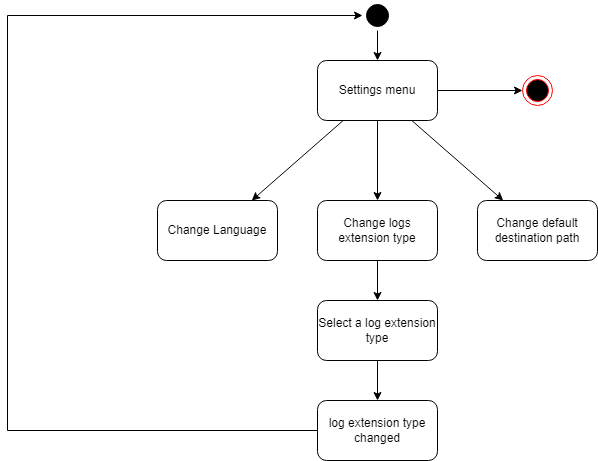
Before: CDC/3.0/activity_diagram_settings_changeExtensionType.png, a diagram exported from draw.io (Atineon/easysave_production). Source tidied: cells renumbered, new cells last; positions are measured from the earlier drawing's top-left corner, leaving out a move shared by most shapes. Source of this version:
```xml
<mxGraphModel background="#ffffff">
  <root>
    <mxCell id="0" />
    <mxCell id="1" parent="0" />
    <mxCell id="2" style="edgeStyle=orthogonalEdgeStyle;rounded=0;jettySize=auto;html=1;" parent="1" edge="1" source="3" target="9">
      <mxGeometry relative="1" as="geometry" />
    </mxCell>
    <mxCell id="3" style="ellipse;shape=startState;fillColor=#000000;strokeColor=#000000;" parent="1" vertex="1">
      <mxGeometry x="355" width="30" height="30" as="geometry" />
    </mxCell>
    <mxCell id="4" style="ellipse;html=1;shape=endState;fillColor=#000000;strokeColor=#ff0000;strokeWidth=1;gradientColor=none;" parent="1" vertex="1">
      <mxGeometry x="515" y="75" width="30" height="30" as="geometry" />
    </mxCell>
    <mxCell id="5" style="edgeStyle=orthogonalEdgeStyle;rounded=0;jettySize=auto;html=1;" parent="1" edge="1" source="9" target="4">
      <mxGeometry relative="1" as="geometry" />
    </mxCell>
    <mxCell id="6" style="edgeStyle=none;rounded=0;jettySize=auto;html=1;" parent="1" edge="1" source="9" target="11">
      <mxGeometry relative="1" as="geometry" />
    </mxCell>
    <mxCell id="7" style="edgeStyle=none;rounded=0;jettySize=auto;html=1;" parent="1" edge="1" source="9" target="12">
      <mxGeometry relative="1" as="geometry" />
    </mxCell>
    <mxCell id="8" style="edgeStyle=none;rounded=0;jettySize=auto;html=1;" parent="1" edge="1" source="9" target="13">
      <mxGeometry relative="1" as="geometry" />
    </mxCell>
    <mxCell id="9" value="Settings menu" style="rounded=1;whiteSpace=wrap;html=1;" parent="1" vertex="1">
      <mxGeometry x="310" y="60" width="120" height="60" as="geometry" />
    </mxCell>
    <mxCell id="10" style="edgeStyle=none;rounded=0;jettySize=auto;html=1;" parent="1" edge="1" source="12" target="15">
      <mxGeometry relative="1" as="geometry" />
    </mxCell>
    <mxCell id="11" value="Change Language" style="rounded=1;whiteSpace=wrap;html=1;" parent="1" vertex="1">
      <mxGeometry x="150" y="200" width="120" height="60" as="geometry" />
    </mxCell>
    <mxCell id="12" value="Change logs extension type" style="rounded=1;whiteSpace=wrap;html=1;" parent="1" vertex="1">
      <mxGeometry x="310" y="200" width="120" height="60" as="geometry" />
    </mxCell>
    <mxCell id="13" value="Change default destination path" style="rounded=1;whiteSpace=wrap;html=1;" parent="1" vertex="1">
      <mxGeometry x="470" y="200" width="120" height="60" as="geometry" />
    </mxCell>
    <mxCell id="14" style="edgeStyle=none;rounded=0;jettySize=auto;html=1;" parent="1" edge="1" source="15" target="17">
      <mxGeometry relative="1" as="geometry" />
    </mxCell>
    <mxCell id="15" value="Select a log extension type" style="rounded=1;whiteSpace=wrap;html=1;" parent="1" vertex="1">
      <mxGeometry x="310" y="300" width="120" height="60" as="geometry" />
    </mxCell>
    <mxCell id="16" style="edgeStyle=none;rounded=0;jettySize=auto;html=1;" parent="1" edge="1" source="17" target="3">
      <mxGeometry relative="1" as="geometry">
        <Array as="points">
          <mxPoint y="430" />
          <mxPoint y="15" />
        </Array>
      </mxGeometry>
    </mxCell>
    <mxCell id="17" value="log extension type changed" style="rounded=1;whiteSpace=wrap;html=1;" parent="1" vertex="1">
      <mxGeometry x="310" y="400" width="120" height="60" as="geometry" />
    </mxCell>
  </root>
</mxGraphModel>
```
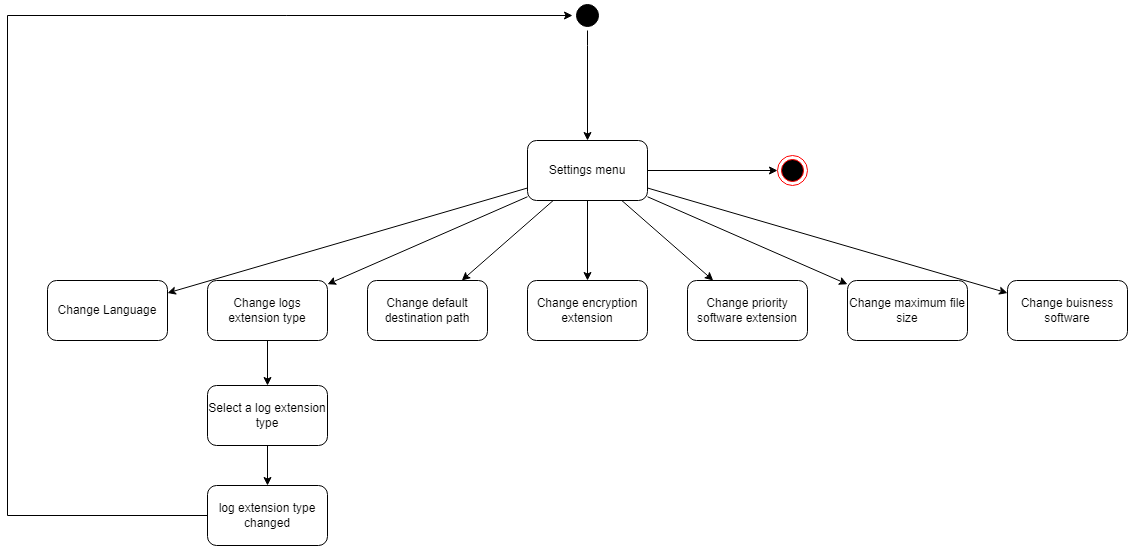
The same file after the commit.

Commit message:
fix: activity diagrams

The edit, as a diff of the source:
```diff
@@ -2,18 +2,37 @@
   <root>
     <mxCell id="0" />
     <mxCell id="1" parent="0" />
-    <mxCell id="2" style="edgeStyle=orthogonalEdgeStyle;rounded=0;jettySize=auto;html=1;" parent="1" edge="1" source="3" target="9">
-      <mxGeometry relative="1" as="geometry" />
-    </mxCell>
-    <mxCell id="3" style="ellipse;shape=startState;fillColor=#000000;strokeColor=#000000;" parent="1" vertex="1">
-      <mxGeometry x="355" width="30" height="30" as="geometry" />
-    </mxCell>
-    <mxCell id="4" style="ellipse;html=1;shape=endState;fillColor=#000000;strokeColor=#ff0000;strokeWidth=1;gradientColor=none;" parent="1" vertex="1">
-      <mxGeometry x="515" y="75" width="30" height="30" as="geometry" />
-    </mxCell>
-    <mxCell id="5" style="edgeStyle=orthogonalEdgeStyle;rounded=0;jettySize=auto;html=1;" parent="1" edge="1" source="9" target="4">
-      <mxGeometry relative="1" as="geometry" />
-    </mxCell>
+    <mxCell id="14" style="edgeStyle=none;rounded=0;jettySize=auto;html=1;" parent="1" edge="1" source="15" target="17">
+      <mxGeometry relative="1" as="geometry" />
+    </mxCell>
+    <mxCell id="15" value="Select a log extension type" style="rounded=1;whiteSpace=wrap;html=1;" parent="1" vertex="1">
+      <mxGeometry x="200" y="385" width="120" height="60" as="geometry" />
+    </mxCell>
+    <mxCell id="17" value="log extension type changed" style="rounded=1;whiteSpace=wrap;html=1;" parent="1" vertex="1">
+      <mxGeometry x="200" y="485" width="120" height="60" as="geometry" />
+    </mxCell>
+    <mxCell id="18" style="edgeStyle=orthogonalEdgeStyle;rounded=0;jettySize=auto;html=1;" parent="1" edge="1" source="19" target="9">
+      <mxGeometry relative="1" as="geometry">
+        <Array as="points">
+          <mxPoint x="580" y="45" />
+          <mxPoint x="580" y="45" />
+        </Array>
+      </mxGeometry>
+    </mxCell>
+    <mxCell id="19" style="ellipse;shape=startState;fillColor=#000000;strokeColor=#000000;" parent="1" vertex="1">
+      <mxGeometry x="565" width="30" height="30" as="geometry" />
+    </mxCell>
+    <mxCell id="20" style="ellipse;html=1;shape=endState;fillColor=#000000;strokeColor=#ff0000;strokeWidth=1;gradientColor=none;" parent="1" vertex="1">
+      <mxGeometry x="770" y="155" width="30" height="30" as="geometry" />
+    </mxCell>
+    <mxCell id="21" style="edgeStyle=none;rounded=0;jettySize=auto;html=1;" parent="1" edge="1" source="17" target="19">
+      <mxGeometry relative="1" as="geometry">
+        <Array as="points">
+          <mxPoint y="515" />
+          <mxPoint y="15" />
+        </Array>
+      </mxGeometry>
+    </mxCell>
     <mxCell id="6" style="edgeStyle=none;rounded=0;jettySize=auto;html=1;" parent="1" edge="1" source="9" target="11">
       <mxGeometry relative="1" as="geometry" />
     </mxCell>
@@ -23,37 +42,47 @@
     <mxCell id="8" style="edgeStyle=none;rounded=0;jettySize=auto;html=1;" parent="1" edge="1" source="9" target="13">
       <mxGeometry relative="1" as="geometry" />
     </mxCell>
+    <mxCell id="22" style="rounded=0;jettySize=auto;html=1;" parent="1" edge="1" source="9" target="27">
+      <mxGeometry relative="1" as="geometry" />
+    </mxCell>
+    <mxCell id="23" style="edgeStyle=none;rounded=0;jettySize=auto;html=1;" parent="1" edge="1" source="9" target="28">
+      <mxGeometry relative="1" as="geometry" />
+    </mxCell>
+    <mxCell id="24" style="edgeStyle=none;rounded=0;jettySize=auto;html=1;" parent="1" edge="1" source="9" target="29">
+      <mxGeometry relative="1" as="geometry" />
+    </mxCell>
+    <mxCell id="25" style="edgeStyle=none;rounded=0;jettySize=auto;html=1;" parent="1" edge="1" source="9" target="30">
+      <mxGeometry relative="1" as="geometry" />
+    </mxCell>
+    <mxCell id="26" style="edgeStyle=orthogonalEdgeStyle;rounded=0;jettySize=auto;html=1;" parent="1" edge="1" source="9" target="20">
+      <mxGeometry relative="1" as="geometry" />
+    </mxCell>
     <mxCell id="9" value="Settings menu" style="rounded=1;whiteSpace=wrap;html=1;" parent="1" vertex="1">
-      <mxGeometry x="310" y="60" width="120" height="60" as="geometry" />
+      <mxGeometry x="520" y="140" width="120" height="60" as="geometry" />
     </mxCell>
+    <mxCell id="11" value="Change Language" style="rounded=1;whiteSpace=wrap;html=1;" parent="1" vertex="1">
+      <mxGeometry x="40" y="280" width="120" height="60" as="geometry" />
+    </mxCell>
-    <mxCell id="10" style="edgeStyle=none;rounded=0;jettySize=auto;html=1;" parent="1" edge="1" source="12" target="15">
+    <mxCell id="10" style="edgeStyle=none;rounded=0;jettySize=auto;html=1;endArrow=classic;endFill=1;" parent="1" edge="1" source="12" target="15">
       <mxGeometry relative="1" as="geometry" />
     </mxCell>
-    <mxCell id="11" value="Change Language" style="rounded=1;whiteSpace=wrap;html=1;" parent="1" vertex="1">
-      <mxGeometry x="150" y="200" width="120" height="60" as="geometry" />
-    </mxCell>
     <mxCell id="12" value="Change logs extension type" style="rounded=1;whiteSpace=wrap;html=1;" parent="1" vertex="1">
-      <mxGeometry x="310" y="200" width="120" height="60" as="geometry" />
+      <mxGeometry x="200" y="280" width="120" height="60" as="geometry" />
     </mxCell>
     <mxCell id="13" value="Change default destination path" style="rounded=1;whiteSpace=wrap;html=1;" parent="1" vertex="1">
-      <mxGeometry x="470" y="200" width="120" height="60" as="geometry" />
+      <mxGeometry x="360" y="280" width="120" height="60" as="geometry" />
     </mxCell>
-    <mxCell id="14" style="edgeStyle=none;rounded=0;jettySize=auto;html=1;" parent="1" edge="1" source="15" target="17">
-      <mxGeometry relative="1" as="geometry" />
-    </mxCell>
-    <mxCell id="15" value="Select a log extension type" style="rounded=1;whiteSpace=wrap;html=1;" parent="1" vertex="1">
-      <mxGeometry x="310" y="300" width="120" height="60" as="geometry" />
-    </mxCell>
-    <mxCell id="16" style="edgeStyle=none;rounded=0;jettySize=auto;html=1;" parent="1" edge="1" source="17" target="3">
-      <mxGeometry relative="1" as="geometry">
-        <Array as="points">
-          <mxPoint y="430" />
-          <mxPoint y="15" />
-        </Array>
-      </mxGeometry>
-    </mxCell>
-    <mxCell id="17" value="log extension type changed" style="rounded=1;whiteSpace=wrap;html=1;" parent="1" vertex="1">
-      <mxGeometry x="310" y="400" width="120" height="60" as="geometry" />
-    </mxCell>
+    <mxCell id="27" value="Change encryption extension" style="rounded=1;whiteSpace=wrap;html=1;" parent="1" vertex="1">
+      <mxGeometry x="520" y="280" width="120" height="60" as="geometry" />
+    </mxCell>
+    <mxCell id="28" value="Change priority software extension" style="rounded=1;whiteSpace=wrap;html=1;" parent="1" vertex="1">
+      <mxGeometry x="680" y="280" width="120" height="60" as="geometry" />
+    </mxCell>
+    <mxCell id="29" value="Change maximum file size" style="rounded=1;whiteSpace=wrap;html=1;" parent="1" vertex="1">
+      <mxGeometry x="840" y="280" width="120" height="60" as="geometry" />
+    </mxCell>
+    <mxCell id="30" value="Change buisness software" style="rounded=1;whiteSpace=wrap;html=1;" parent="1" vertex="1">
+      <mxGeometry x="1000" y="280" width="120" height="60" as="geometry" />
+    </mxCell>
   </root>
 </mxGraphModel>
```
